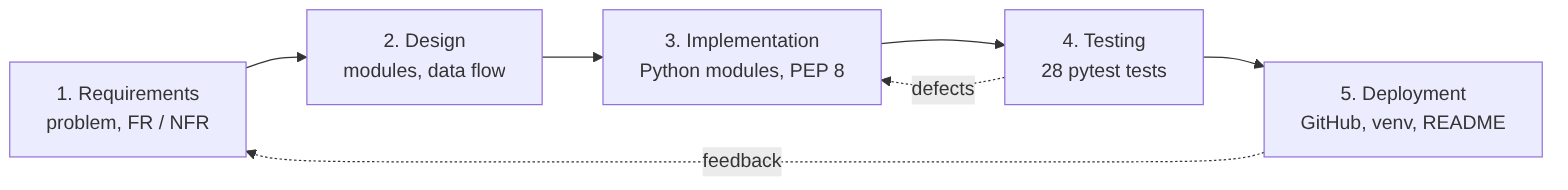
Before: docs/images/sdlc.png, a diagram exported from Mermaid (tnsheoran-tech/health-data-analyzer). Its source is kept beside it as docs/images/sdlc.mmd. Its diagram source:
```mermaid
flowchart LR
    R1["1. Requirements<br/>problem, FR / NFR"] --> D1["2. Design<br/>modules, data flow"]
    D1 --> I1["3. Implementation<br/>Python modules, PEP 8"]
    I1 --> T1["4. Testing<br/>28 pytest tests"]
    T1 --> P1["5. Deployment<br/>GitHub, venv, README"]
    T1 -. defects .-> I1
    P1 -. feedback .-> R1
```
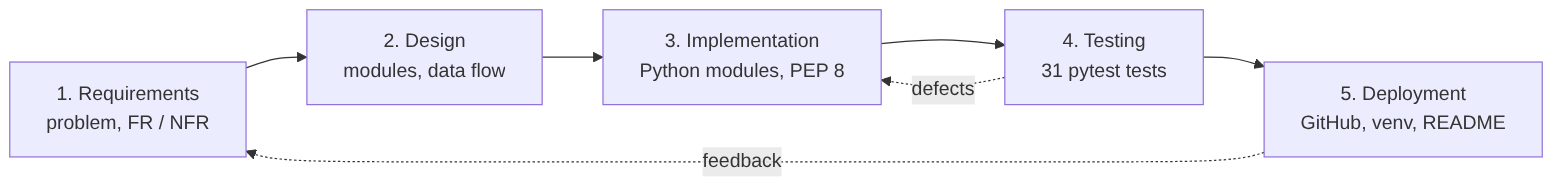
The same file after the commit.

Change to the diagram source:
```diff
@@ -1,7 +1,7 @@
 flowchart LR
     R1["1. Requirements<br/>problem, FR / NFR"] --> D1["2. Design<br/>modules, data flow"]
     D1 --> I1["3. Implementation<br/>Python modules, PEP 8"]
-    I1 --> T1["4. Testing<br/>28 pytest tests"]
+    I1 --> T1["4. Testing<br/>31 pytest tests"]
     T1 --> P1["5. Deployment<br/>GitHub, venv, README"]
     T1 -. defects .-> I1
     P1 -. feedback .-> R1
```
